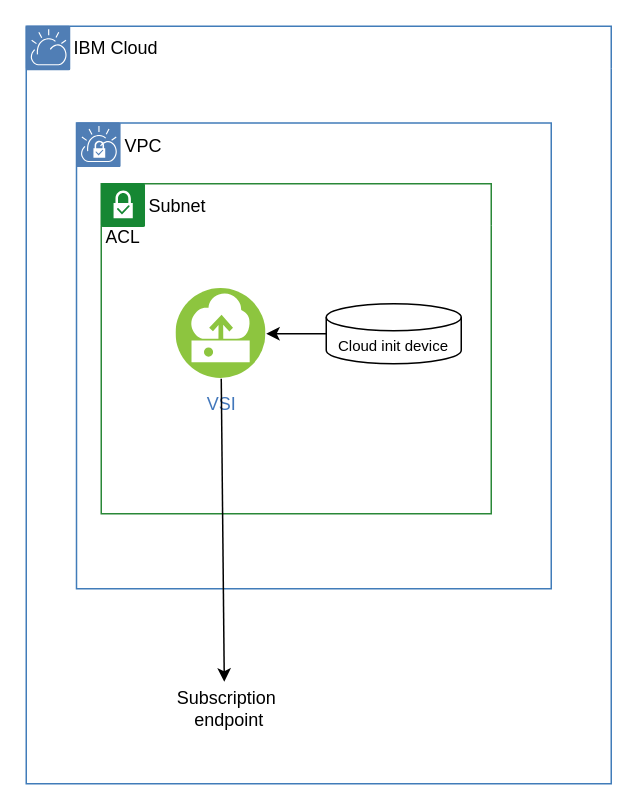
Above: cloudinit.drawio in JorgeHernandezRamirez/ibmcloud-rhel-register-fix (draw.io), before the change. Source tidied: cells renumbered, new cells numbered last; positions are measured from the earlier drawing's top-left corner, leaving out a move shared by most shapes. Both pictures are drawn from the tidied source at 150%, with x=0, y=0 at pixel (26, 26).
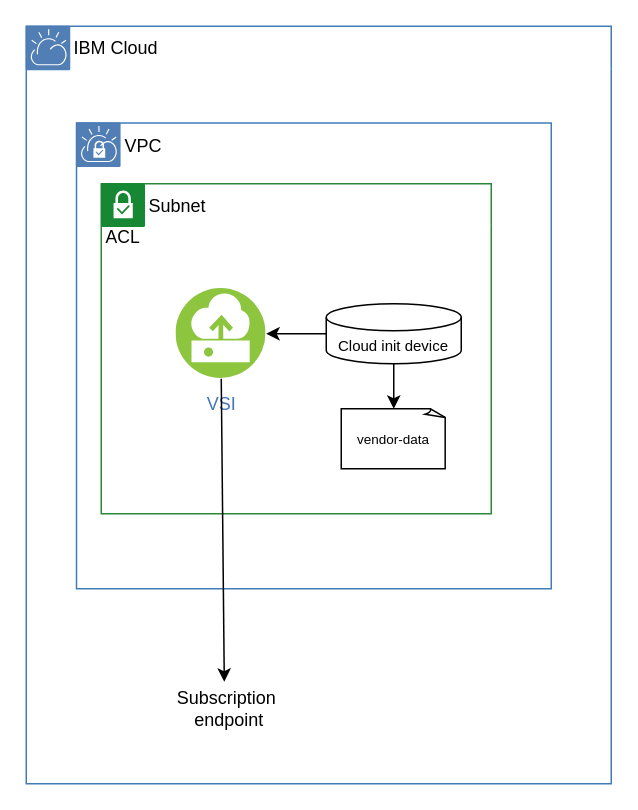
Above is the later version.

What changed in the source:
```diff
@@
 <mxGraphModel>
   <root>
     <mxCell id="0" />
     <mxCell id="1" parent="0" />
     <mxCell id="2" value="VPC" style="swimlane;fontStyle=0;horizontal=1;startSize=28;swimlaneLine=0;swimlaneFillColor=none;fillColor=none;rounded=0;whiteSpace=wrap;html=1;absoluteArcSize=1;arcSize=12;strokeColor=#417CB9;verticalAlign=top;align=left;spacingLeft=30;spacingTop=1;dashed=0;strokeWidth=1;" parent="1" vertex="1">
       <mxGeometry x="33.5" y="64.5" width="316.5" height="310.5" as="geometry" />
     </mxCell>
     <mxCell id="3" style="perimeter=ellipsePerimeter;html=1;align=center;shadow=0;dashed=0;fontColor=#4277BB;labelBackgroundColor=#ffffff;fontSize=12;spacingTop=3;image;image=img/lib/ibm/vpc/VPCTag.svg;" parent="2" vertex="1">
       <mxGeometry width="30" height="30" as="geometry" />
     </mxCell>
     <mxCell id="4" value="IBM Cloud" style="swimlane;fontStyle=0;horizontal=1;startSize=28;swimlaneLine=0;swimlaneFillColor=none;fillColor=none;rounded=0;whiteSpace=wrap;html=1;absoluteArcSize=1;arcSize=12;strokeColor=#417CB9;verticalAlign=top;align=left;spacingLeft=30;spacingTop=1;dashed=0;strokeWidth=1;" parent="1" vertex="1">
       <mxGeometry width="390" height="505" as="geometry" />
     </mxCell>
     <mxCell id="5" style="perimeter=ellipsePerimeter;html=1;align=center;shadow=0;dashed=0;fontColor=#4277BB;labelBackgroundColor=#ffffff;fontSize=12;spacingTop=3;image;image=img/lib/ibm/vpc/CloudTag.svg;" parent="4" vertex="1">
       <mxGeometry width="30" height="30" as="geometry" />
     </mxCell>
     <mxCell id="6" value="Subnet&amp;nbsp;" style="swimlane;fontStyle=0;horizontal=1;startSize=28;swimlaneLine=0;swimlaneFillColor=none;fillColor=none;rounded=0;whiteSpace=wrap;html=1;absoluteArcSize=1;arcSize=12;strokeColor=#2A8838;verticalAlign=top;align=left;spacingLeft=30;spacingTop=1;dashed=0;strokeWidth=1;" parent="4" vertex="1">
       <mxGeometry x="50" y="105" width="260" height="220" as="geometry" />
     </mxCell>
     <mxCell id="7" style="perimeter=ellipsePerimeter;html=1;align=center;shadow=0;dashed=0;fontColor=#4277BB;labelBackgroundColor=#ffffff;fontSize=12;spacingTop=3;image;image=img/lib/ibm/vpc/SubnetTag.svg;" parent="6" vertex="1">
       <mxGeometry width="30" height="40" as="geometry" />
     </mxCell>
     <mxCell id="8" value="VSI" style="perimeter=ellipsePerimeter;html=1;align=center;shadow=0;dashed=0;fontColor=#4277BB;labelBackgroundColor=#ffffff;fontSize=12;spacingTop=3;image;image=img/lib/ibm/vpc/Instance.svg;" parent="6" vertex="1">
       <mxGeometry x="50" y="70" width="60" height="60" as="geometry" />
     </mxCell>
     <mxCell id="9" style="edgeStyle=orthogonalEdgeStyle;rounded=0;jettySize=auto;html=1;" parent="6" edge="1" source="10" target="8">
       <mxGeometry relative="1" as="geometry" />
     </mxCell>
+    <mxCell id="14" style="edgeStyle=orthogonalEdgeStyle;rounded=0;jettySize=auto;html=1;" parent="6" edge="1" source="10" target="15">
+      <mxGeometry relative="1" as="geometry" />
+    </mxCell>
     <mxCell id="10" value="&lt;font style=&quot;font-size: 10px;&quot;&gt;Cloud init device&lt;/font&gt;" style="shape=cylinder3;whiteSpace=wrap;html=1;boundedLbl=1;backgroundOutline=1;size=9;" parent="6" vertex="1">
       <mxGeometry x="150" y="80" width="90" height="40" as="geometry" />
     </mxCell>
+    <mxCell id="15" value="&lt;font style=&quot;font-size: 9px;&quot;&gt;vendor-data&lt;/font&gt;" style="whiteSpace=wrap;html=1;shape=mxgraph.basic.document;" parent="6" vertex="1">
+      <mxGeometry x="160" y="150" width="70" height="40" as="geometry" />
+    </mxCell>
     <mxCell id="11" value="Subscription&amp;nbsp;&lt;div&gt;endpoint&lt;/div&gt;" style="text;html=1;align=center;verticalAlign=middle;points=[];strokeColor=none;fillColor=none;" parent="4" vertex="1">
       <mxGeometry x="90" y="435" width="90" height="40" as="geometry" />
     </mxCell>
     <mxCell id="12" style="endArrow=classic;html=1;rounded=0;exitX=0.5;exitY=1;exitDx=0;exitDy=0;entryX=0.467;entryY=0.05;entryDx=0;entryDy=0;entryPerimeter=0;" parent="4" edge="1" source="8" target="11">
       <mxGeometry relative="1" as="geometry" />
     </mxCell>
     <mxCell id="13" parent="0" />
   </root>
 </mxGraphModel>
```
